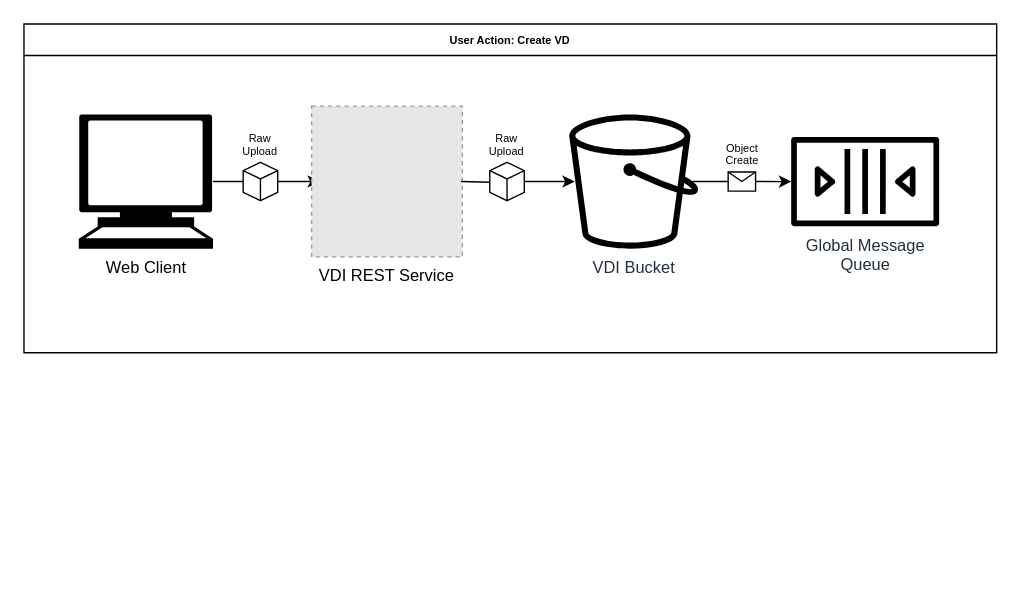
The draw.io diagram docs/design/1.0/diagrams/3-vd-upload.drawio in VEuPathDB/vdi-service, before the edit. Source tidied: cells renumbered, new cells numbered last; positions are measured from the earlier drawing's top-left corner, leaving out a move shared by most shapes. Both pictures are drawn from the tidied source at 137%, with x=0, y=0 at pixel (23, 23). Pictures stored in the file or linked from it are replaced by grey dashed boxes.
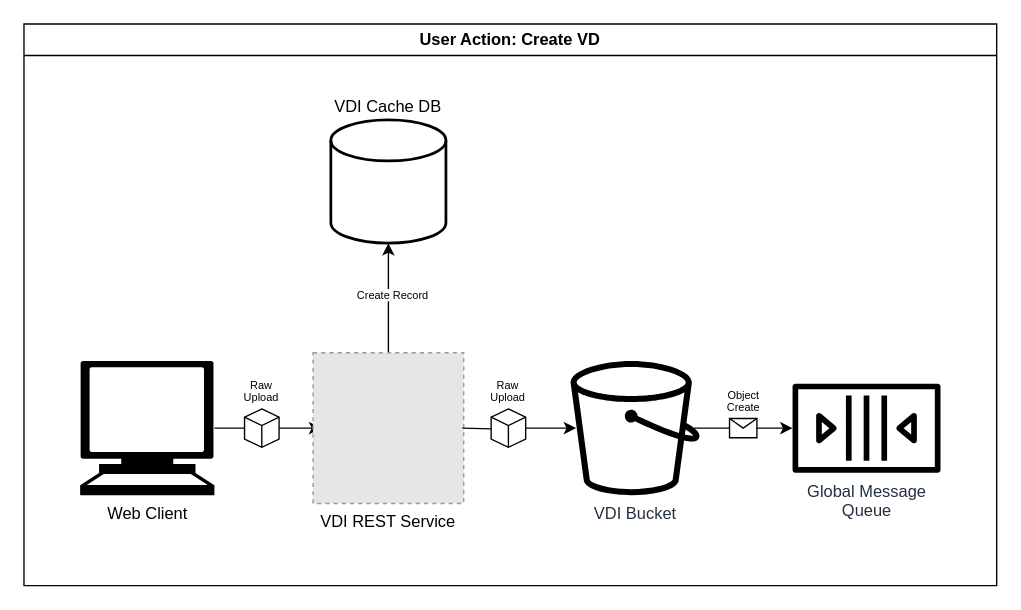
Above is the later version.

Change to the diagram source:
```diff
@@
-    <mxCell id="2" value="User Action: Create VD" style="swimlane;whiteSpace=wrap;html=1;fontSize=8;fillColor=default;" parent="1" vertex="1">
-      <mxGeometry width="710" height="240" as="geometry" />
+    <mxCell id="2" value="User Action: Create VD" style="swimlane;whiteSpace=wrap;html=1;fontSize=12;fillColor=default;" parent="1" vertex="1">
+      <mxGeometry width="710" height="410" as="geometry" />
     </mxCell>
     <mxCell id="3" style="edgeStyle=orthogonalEdgeStyle;rounded=0;jettySize=auto;html=1;exitX=1;exitY=0.5;exitDx=0;exitDy=0;startArrow=none;" parent="2" edge="1" source="14">
       <mxGeometry relative="1" as="geometry">
-        <mxPoint x="402" y="115" as="targetPoint" />
+        <mxPoint x="403" y="295" as="targetPoint" />
       </mxGeometry>
     </mxCell>
     <mxCell id="4" style="edgeStyle=orthogonalEdgeStyle;rounded=0;jettySize=auto;html=1;startArrow=none;" parent="2" edge="1" source="12">
       <mxGeometry relative="1" as="geometry">
-        <mxPoint x="216" y="115" as="targetPoint" />
+        <mxPoint x="217" y="295" as="targetPoint" />
       </mxGeometry>
     </mxCell>
     <mxCell id="5" value="Web Client" style="shape=mxgraph.signs.tech.computer;html=1;fillColor=#000000;strokeColor=none;verticalLabelPosition=bottom;verticalAlign=top;align=center;" parent="2" vertex="1">
-      <mxGeometry x="40" y="66" width="98" height="98" as="geometry" />
+      <mxGeometry x="41" y="246" width="98" height="98" as="geometry" />
     </mxCell>
     <mxCell id="6" value="VDI Bucket" style="sketch=0;fontColor=#232F3E;gradientColor=none;fillColor=#000000;strokeColor=none;dashed=0;verticalLabelPosition=bottom;verticalAlign=top;align=center;html=1;fontSize=12;fontStyle=0;shape=mxgraph.aws4.bucket;" parent="2" vertex="1">
-      <mxGeometry x="398" y="66" width="94.2" height="98" as="geometry" />
+      <mxGeometry x="399" y="246" width="94.2" height="98" as="geometry" />
     </mxCell>
     <mxCell id="7" value="Global Message&lt;br&gt;Queue" style="sketch=0;outlineConnect=0;fontColor=#232F3E;gradientColor=none;fillColor=#000000;strokeColor=none;dashed=0;verticalLabelPosition=bottom;verticalAlign=top;align=center;html=1;fontSize=12;fontStyle=0;shape=mxgraph.aws4.queue;" parent="2" vertex="1">
-      <mxGeometry x="560" y="82.5" width="108" height="65.1" as="geometry" />
+      <mxGeometry x="561" y="262.5" width="108" height="65.1" as="geometry" />
     </mxCell>
     <mxCell id="8" style="endArrow=classic;html=1;rounded=0;" parent="2" edge="1" target="7">
       <mxGeometry relative="1" as="geometry">
-        <mxPoint x="488" y="115" as="sourcePoint" />
+        <mxPoint x="489" y="295" as="sourcePoint" />
       </mxGeometry>
     </mxCell>
@@
+    <mxCell id="15" style="edgeStyle=orthogonalEdgeStyle;rounded=0;jettySize=auto;html=1;exitX=0.5;exitY=0;exitDx=0;exitDy=0;entryX=0.5;entryY=1;entryDx=0;entryDy=0;entryPerimeter=0;fontSize=8;" parent="2" edge="1" source="10" target="17">
+      <mxGeometry relative="1" as="geometry" />
+    </mxCell>
+    <mxCell id="16" value="Create Record" style="edgeLabel;html=1;align=center;verticalAlign=middle;fontSize=8;" parent="15" vertex="1">
+      <mxGeometry x="0.08" y="-2" relative="1" as="geometry" />
+    </mxCell>
     <mxCell id="10" value="VDI REST Service" style="fillColor=#E6E6E6;strokeColor=#999999;dashed=1;verticalLabelPosition=bottom;labelBackgroundColor=default;verticalAlign=top;" parent="2" vertex="1">
-      <mxGeometry x="210" y="60" width="110" height="110" as="geometry" />
+      <mxGeometry x="211" y="240" width="110" height="110" as="geometry" />
     </mxCell>
@@
     <mxCell id="12" value="Raw Upload" style="html=1;whiteSpace=wrap;shape=isoCube2;backgroundOutline=1;isoAngle=15;fillColor=default;labelPosition=center;verticalLabelPosition=top;align=center;verticalAlign=bottom;fontSize=8;" parent="2" vertex="1">
-      <mxGeometry x="160" y="101" width="25.2" height="28" as="geometry" />
+      <mxGeometry x="161" y="281" width="25.2" height="28" as="geometry" />
     </mxCell>
     <mxCell id="13" style="edgeStyle=orthogonalEdgeStyle;rounded=0;jettySize=auto;html=1;endArrow=none;" parent="2" edge="1" target="14">
       <mxGeometry relative="1" as="geometry">
-        <mxPoint x="319" y="115" as="sourcePoint" />
+        <mxPoint x="320" y="295" as="sourcePoint" />
       </mxGeometry>
     </mxCell>
     <mxCell id="14" value="Raw Upload" style="html=1;whiteSpace=wrap;shape=isoCube2;backgroundOutline=1;isoAngle=15;fillColor=default;labelPosition=center;verticalLabelPosition=top;align=center;verticalAlign=bottom;fontSize=8;" parent="2" vertex="1">
-      <mxGeometry x="340" y="101" width="25.2" height="28" as="geometry" />
+      <mxGeometry x="341" y="281" width="25.2" height="28" as="geometry" />
     </mxCell>
+    <mxCell id="17" value="VDI Cache DB" style="strokeWidth=2;html=1;shape=mxgraph.flowchart.database;whiteSpace=wrap;fontSize=12;fillColor=default;labelPosition=center;verticalLabelPosition=top;align=center;verticalAlign=bottom;" parent="2" vertex="1">
+      <mxGeometry x="224" y="70" width="84" height="90" as="geometry" />
+    </mxCell>
```
